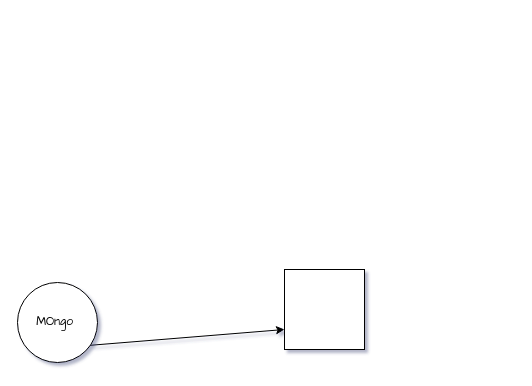
This is Untitled Diagram.drawio from hillal20/react-advanced-typescript, a draw.io file, before an edit. Source tidied: cells renumbered, new cells numbered last; positions are measured from the earlier drawing's top-left corner, leaving out a move shared by most shapes. Both pictures are drawn from the tidied source at 100%, with x=0, y=0 at pixel (17, 269).
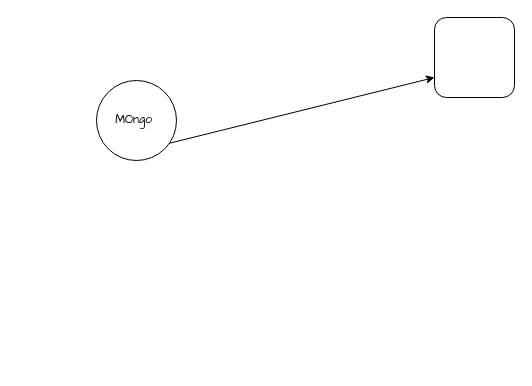
The same diagram, later.

The edit, as a diff of the source:
```diff
@@
-<mxGraphModel background="#FFFFFF" shadow="1">
+<mxGraphModel>
   <root>
     <mxCell id="0" />
     <mxCell id="1" parent="0" />
-    <mxCell id="2" value="MOngo&amp;nbsp;" style="ellipse;whiteSpace=wrap;html=1;hachureGap=4;fontFamily=Architects Daughter;" parent="1" vertex="1">
-      <mxGeometry y="13" width="80" height="80" as="geometry" />
+    <mxCell id="2" value="MOngo&amp;nbsp;" style="ellipse;whiteSpace=wrap;html=1;hachureGap=4;fontFamily=Architects Daughter;rounded=1;" parent="1" vertex="1">
+      <mxGeometry x="79" y="-189" width="80" height="80" as="geometry" />
     </mxCell>
-    <mxCell id="3" style="whiteSpace=wrap;html=1;hachureGap=4;fontFamily=Architects Daughter;" parent="1" vertex="1">
-      <mxGeometry x="267" width="80" height="80" as="geometry" />
+    <mxCell id="3" style="whiteSpace=wrap;html=1;hachureGap=4;fontFamily=Architects Daughter;rounded=1;" parent="1" vertex="1">
+      <mxGeometry x="417" y="-252" width="80" height="80" as="geometry" />
     </mxCell>
-    <mxCell id="4" style="endArrow=classic;html=1;rounded=0;hachureGap=4;fontFamily=Architects Daughter;exitX=0.909;exitY=0.785;exitDx=0;exitDy=0;exitPerimeter=0;entryX=0;entryY=0.75;entryDx=0;entryDy=0;" parent="1" edge="1" source="2" target="3">
+    <mxCell id="4" style="endArrow=classic;html=1;rounded=1;hachureGap=4;fontFamily=Architects Daughter;exitX=0.909;exitY=0.785;exitDx=0;exitDy=0;exitPerimeter=0;entryX=0;entryY=0.75;entryDx=0;entryDy=0;" parent="1" edge="1" source="2" target="3">
       <mxGeometry relative="1" as="geometry" />
     </mxCell>
   </root>
 </mxGraphModel>
```
